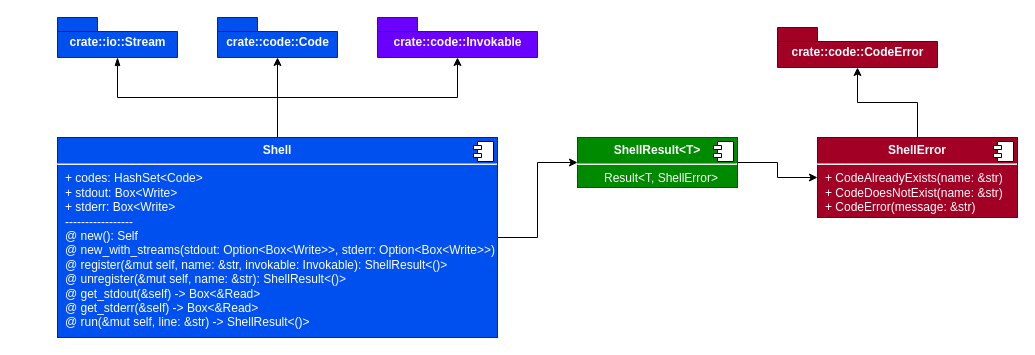
This is page "crate" (1 of 3) of arch.drawio from erayerdin/cheats, a draw.io file, before an edit. Source tidied: cells renumbered, new cells numbered last; positions are measured from the earlier drawing's top-left corner, leaving out a move shared by most shapes. Both pictures are drawn from the tidied source at 100%, with x=0, y=0 at pixel (57, 17).
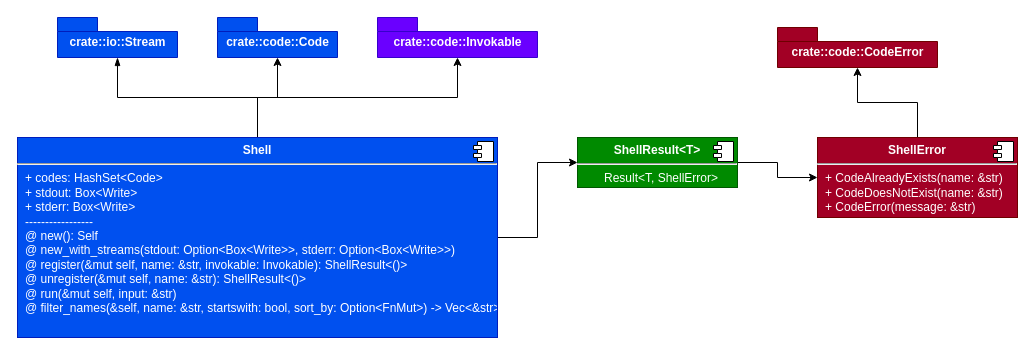
The same page after the edit.

Change to the diagram source:
```diff
@@
 <mxGraphModel>
   <root>
     <mxCell id="0" />
     <mxCell id="1" parent="0" />
     <mxCell id="2" style="edgeStyle=orthogonalEdgeStyle;rounded=0;jettySize=auto;html=1;endArrow=blockThin;endFill=1;" parent="1" edge="1" source="6" target="8">
       <mxGeometry relative="1" as="geometry" />
     </mxCell>
     <mxCell id="3" style="edgeStyle=orthogonalEdgeStyle;rounded=0;jettySize=auto;html=1;endArrow=classic;endFill=1;exitX=0.5;exitY=0;exitDx=0;exitDy=0;" parent="1" edge="1" source="6" target="9">
       <mxGeometry relative="1" as="geometry" />
     </mxCell>
     <mxCell id="4" style="edgeStyle=orthogonalEdgeStyle;rounded=0;jettySize=auto;html=1;endArrow=classic;endFill=1;exitX=0.5;exitY=0;exitDx=0;exitDy=0;" parent="1" edge="1" source="6" target="10">
       <mxGeometry relative="1" as="geometry" />
     </mxCell>
     <mxCell id="5" style="edgeStyle=orthogonalEdgeStyle;rounded=0;jettySize=auto;html=1;endArrow=classic;endFill=1;" parent="1" edge="1" source="6" target="12">
       <mxGeometry relative="1" as="geometry" />
     </mxCell>
-    <mxCell id="6" value="&lt;p style=&quot;margin: 0px ; margin-top: 6px ; text-align: center&quot;&gt;&lt;b&gt;Shell&lt;/b&gt;&lt;br&gt;&lt;/p&gt;&lt;hr&gt;&lt;p style=&quot;margin: 0px ; margin-left: 8px&quot;&gt;+ codes: HashSet&amp;lt;Code&amp;gt;&lt;br&gt;&lt;/p&gt;&lt;p style=&quot;margin: 0px ; margin-left: 8px&quot;&gt;+ stdout: Box&amp;lt;Write&amp;gt;&lt;br&gt;&lt;/p&gt;&lt;p style=&quot;margin: 0px ; margin-left: 8px&quot;&gt;+ stderr: Box&amp;lt;Write&amp;gt;&lt;/p&gt;&lt;p style=&quot;margin: 0px ; margin-left: 8px&quot;&gt;-----------------&lt;/p&gt;&lt;p style=&quot;margin: 0px ; margin-left: 8px&quot;&gt;@ new(): Self&lt;/p&gt;&lt;p style=&quot;margin: 0px ; margin-left: 8px&quot;&gt;@ new_with_streams(stdout: Option&amp;lt;Box&amp;lt;Write&amp;gt;&amp;gt;, stderr: Option&amp;lt;Box&amp;lt;Write&amp;gt;&amp;gt;)&lt;br&gt;&lt;/p&gt;&lt;p style=&quot;margin: 0px ; margin-left: 8px&quot;&gt;@ register(&amp;amp;mut self, name: &amp;amp;str, invokable: Invokable): ShellResult&amp;lt;()&amp;gt;&lt;br&gt;&lt;/p&gt;&lt;p style=&quot;margin: 0px ; margin-left: 8px&quot;&gt;@ unregister(&amp;amp;mut self, name: &amp;amp;str): ShellResult&amp;lt;()&amp;gt;&lt;/p&gt;&lt;p style=&quot;margin: 0px ; margin-left: 8px&quot;&gt;@ get_stdout(&amp;amp;self) -&amp;gt; Box&amp;lt;&amp;amp;Read&amp;gt;&lt;/p&gt;&lt;p style=&quot;margin: 0px ; margin-left: 8px&quot;&gt;@ get_stderr(&amp;amp;self) -&amp;gt; Box&amp;lt;&amp;amp;Read&amp;gt;&lt;/p&gt;&lt;p style=&quot;margin: 0px ; margin-left: 8px&quot;&gt;@ run(&amp;amp;mut self, line: &amp;amp;str) -&amp;gt; ShellResult&amp;lt;()&amp;gt;&lt;br&gt;&lt;/p&gt;" style="align=left;overflow=fill;html=1;fillColor=#0050ef;strokeColor=#001DBC;fontColor=#ffffff;" parent="1" vertex="1">
-      <mxGeometry y="120" width="440" height="200" as="geometry" />
+    <mxCell id="6" value="&lt;p style=&quot;margin: 0px ; margin-top: 6px ; text-align: center&quot;&gt;&lt;b&gt;Shell&lt;/b&gt;&lt;br&gt;&lt;/p&gt;&lt;hr&gt;&lt;p style=&quot;margin: 0px ; margin-left: 8px&quot;&gt;+ codes: HashSet&amp;lt;Code&amp;gt;&lt;br&gt;&lt;/p&gt;&lt;p style=&quot;margin: 0px ; margin-left: 8px&quot;&gt;+ stdout: Box&amp;lt;Write&amp;gt;&lt;br&gt;&lt;/p&gt;&lt;p style=&quot;margin: 0px ; margin-left: 8px&quot;&gt;+ stderr: Box&amp;lt;Write&amp;gt;&lt;/p&gt;&lt;p style=&quot;margin: 0px ; margin-left: 8px&quot;&gt;-----------------&lt;/p&gt;&lt;p style=&quot;margin: 0px ; margin-left: 8px&quot;&gt;@ new(): Self&lt;/p&gt;&lt;p style=&quot;margin: 0px ; margin-left: 8px&quot;&gt;@ new_with_streams(stdout: Option&amp;lt;Box&amp;lt;Write&amp;gt;&amp;gt;, stderr: Option&amp;lt;Box&amp;lt;Write&amp;gt;&amp;gt;)&lt;br&gt;&lt;/p&gt;&lt;p style=&quot;margin: 0px ; margin-left: 8px&quot;&gt;@ register(&amp;amp;mut self, name: &amp;amp;str, invokable: Invokable): ShellResult&amp;lt;()&amp;gt;&lt;br&gt;&lt;/p&gt;&lt;p style=&quot;margin: 0px ; margin-left: 8px&quot;&gt;@ unregister(&amp;amp;mut self, name: &amp;amp;str): ShellResult&amp;lt;()&amp;gt;&lt;/p&gt;&lt;p style=&quot;margin: 0px ; margin-left: 8px&quot;&gt;@ run(&amp;amp;mut self, input: &amp;amp;str)&lt;br&gt;&lt;/p&gt;&lt;p style=&quot;margin: 0px ; margin-left: 8px&quot;&gt;@ filter_names(&amp;amp;self, name: &amp;amp;str, startswith: bool, sort_by: Option&amp;lt;FnMut&amp;gt;) -&amp;gt; Vec&amp;lt;&amp;amp;str&amp;gt;&lt;/p&gt;" style="align=left;overflow=fill;html=1;fillColor=#0050ef;strokeColor=#001DBC;fontColor=#ffffff;" parent="1" vertex="1">
+      <mxGeometry x="-40" y="120" width="480" height="200" as="geometry" />
     </mxCell>
     <mxCell id="7" style="shape=component;jettyWidth=8;jettyHeight=4;" parent="6" vertex="1">
       <mxGeometry x="1" width="20" height="20" relative="1" as="geometry">
         <mxPoint x="-24" y="4" as="offset" />
       </mxGeometry>
     </mxCell>
     <mxCell id="8" value="crate::io::Stream" style="shape=folder;fontStyle=1;spacingTop=10;tabWidth=40;tabHeight=14;tabPosition=left;html=1;fillColor=#0050ef;strokeColor=#001DBC;fontColor=#ffffff;" parent="1" vertex="1">
       <mxGeometry width="120" height="40" as="geometry" />
     </mxCell>
     <mxCell id="9" value="crate::code::Code" style="shape=folder;fontStyle=1;spacingTop=10;tabWidth=40;tabHeight=14;tabPosition=left;html=1;fillColor=#0050ef;strokeColor=#001DBC;fontColor=#ffffff;" parent="1" vertex="1">
       <mxGeometry x="160" width="120" height="40" as="geometry" />
     </mxCell>
     <mxCell id="10" value="crate::code::Invokable" style="shape=folder;fontStyle=1;spacingTop=10;tabWidth=40;tabHeight=14;tabPosition=left;html=1;fillColor=#6a00ff;strokeColor=#3700CC;fontColor=#ffffff;" parent="1" vertex="1">
       <mxGeometry x="320" width="160" height="40" as="geometry" />
     </mxCell>
     <mxCell id="11" style="edgeStyle=orthogonalEdgeStyle;rounded=0;jettySize=auto;html=1;endArrow=classic;endFill=1;" parent="1" edge="1" source="12" target="15">
       <mxGeometry relative="1" as="geometry" />
     </mxCell>
     <mxCell id="12" value="&lt;p style=&quot;margin: 0px ; margin-top: 6px ; text-align: center&quot;&gt;&lt;b&gt;ShellResult&amp;lt;T&amp;gt;&lt;/b&gt;&lt;/p&gt;&lt;hr&gt;&lt;p style=&quot;margin: 0px ; margin-left: 8px&quot; align=&quot;center&quot;&gt;Result&amp;lt;T, ShellError&amp;gt;&lt;br&gt;&lt;/p&gt;" style="align=left;overflow=fill;html=1;fillColor=#008a00;strokeColor=#005700;fontColor=#ffffff;" parent="1" vertex="1">
       <mxGeometry x="520" y="120" width="160" height="50" as="geometry" />
     </mxCell>
     <mxCell id="13" style="shape=component;jettyWidth=8;jettyHeight=4;" parent="12" vertex="1">
       <mxGeometry x="1" width="20" height="20" relative="1" as="geometry">
         <mxPoint x="-24" y="4" as="offset" />
       </mxGeometry>
     </mxCell>
     <mxCell id="14" style="edgeStyle=orthogonalEdgeStyle;rounded=0;jettySize=auto;html=1;endArrow=classic;endFill=1;" parent="1" edge="1" source="15" target="17">
       <mxGeometry relative="1" as="geometry" />
     </mxCell>
     <mxCell id="15" value="&lt;p style=&quot;margin: 0px ; margin-top: 6px ; text-align: center&quot;&gt;&lt;b&gt;ShellError&lt;/b&gt;&lt;/p&gt;&lt;hr&gt;&lt;p style=&quot;margin: 0px ; margin-left: 8px&quot;&gt;+ CodeAlreadyExists(name: &amp;amp;str)&lt;/p&gt;&lt;p style=&quot;margin: 0px ; margin-left: 8px&quot;&gt;+ CodeDoesNotExist(name: &amp;amp;str)&lt;/p&gt;&lt;p style=&quot;margin: 0px ; margin-left: 8px&quot;&gt;+ CodeError(message: &amp;amp;str)&lt;br&gt;&lt;/p&gt;" style="align=left;overflow=fill;html=1;fillColor=#a20025;strokeColor=#6F0000;fontColor=#ffffff;" parent="1" vertex="1">
       <mxGeometry x="760" y="120" width="200" height="80" as="geometry" />
     </mxCell>
     <mxCell id="16" style="shape=component;jettyWidth=8;jettyHeight=4;" parent="15" vertex="1">
       <mxGeometry x="1" width="20" height="20" relative="1" as="geometry">
         <mxPoint x="-24" y="4" as="offset" />
       </mxGeometry>
     </mxCell>
     <mxCell id="17" value="crate::code::CodeError" style="shape=folder;fontStyle=1;spacingTop=10;tabWidth=40;tabHeight=14;tabPosition=left;html=1;fillColor=#a20025;strokeColor=#6F0000;fontColor=#ffffff;" parent="1" vertex="1">
       <mxGeometry x="720" y="10" width="160" height="40" as="geometry" />
     </mxCell>
   </root>
 </mxGraphModel>
```
